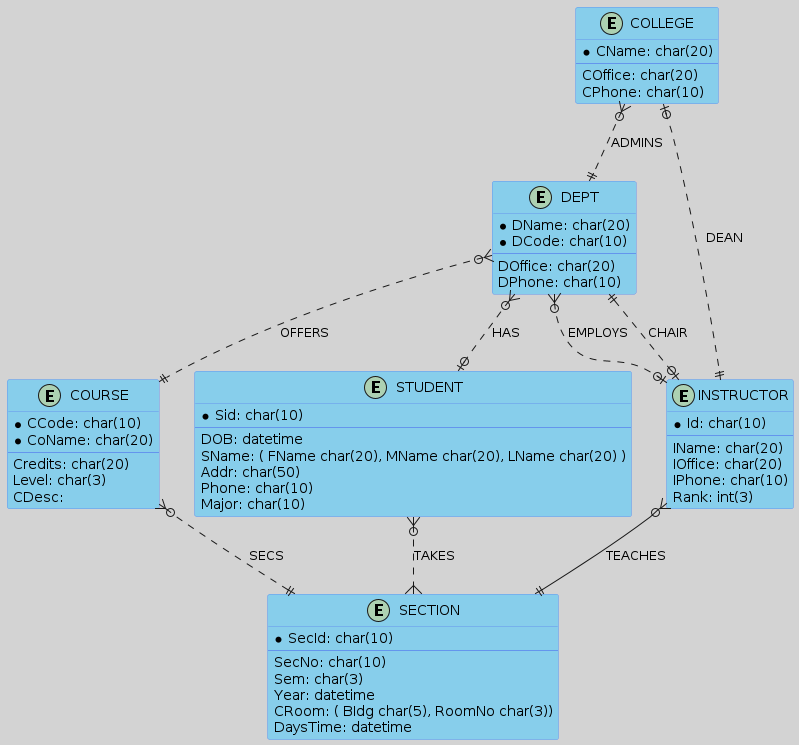
This is csdlnc.png from ocsiker/databaseOnClass, a PlantUML export, as it was before one commit.
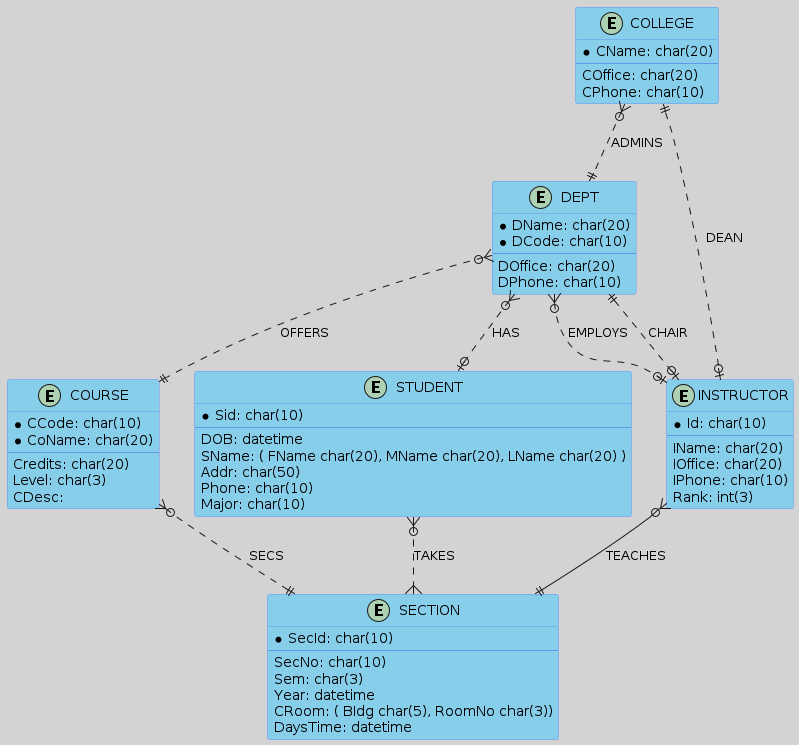
Later version of the same file.

Commit message:
fix: change pic csdlnc.png depend change on file uml

The edit, as a diff of the source:
```diff
@@ -65,7 +65,7 @@
 DaysTime: datetime
 }
 
-COLLEGE |o..|| INSTRUCTOR :DEAN
+COLLEGE ||..o| INSTRUCTOR :DEAN
 COLLEGE }o..|| DEPT :ADMINS
 DEPT ||..o| INSTRUCTOR :CHAIR
 DEPT }o..o| INSTRUCTOR :EMPLOYS
```
